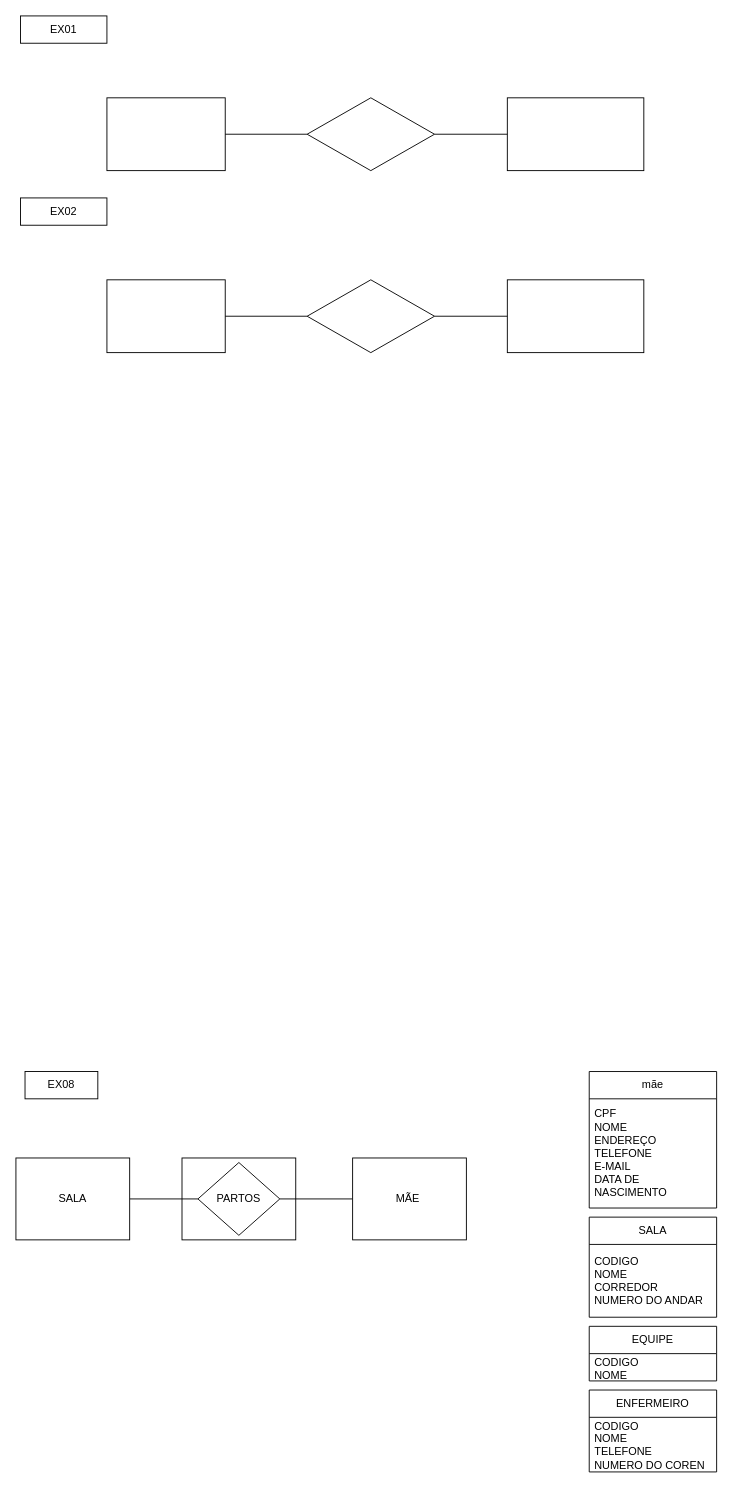
This is bdd.drawio from Gbiel247/bancodedados01, a draw.io file, before an edit. Source tidied: cells renumbered, new cells numbered last; positions are measured from the earlier drawing's top-left corner, leaving out a move shared by most shapes. Both pictures are drawn from the tidied source at 91%, with x=0, y=0 at pixel (15, 15).
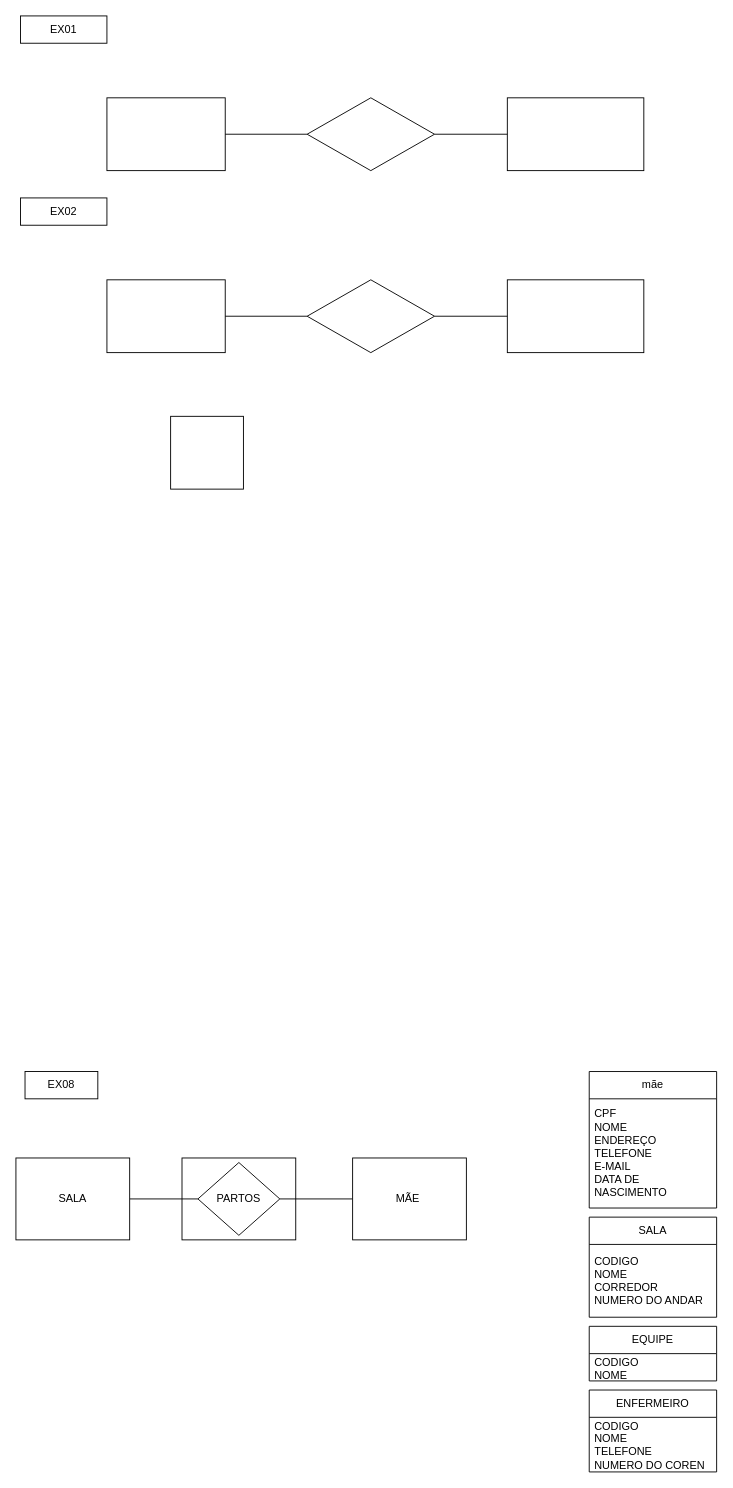
The same page after the edit.

Diff of the diagram source:
```diff
@@
+    <mxCell id="29" style="whiteSpace=wrap;html=1;" parent="1" vertex="1">
+      <mxGeometry x="170" y="440" width="80" height="80" as="geometry" />
+    </mxCell>
```
